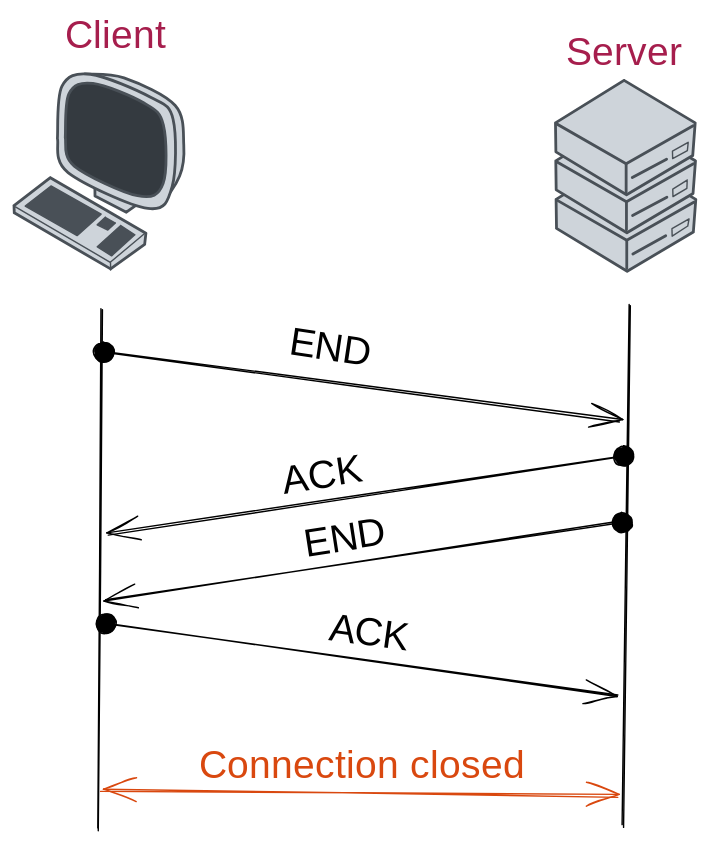
Above: notebooks/media/tcp-close.excalidraw.svg in ue22-p25/backend (Excalidraw), before the change. Source tidied: one line per element, renumbered; positions are measured from the earlier drawing's top-left corner, leaving out a move shared by most shapes. The source it was exported from:
```json
{"id": 0, "type": "ellipse", "strokeColor": "transparent", "strokeWidth": 1, "roughness": 0, "x": 8, "y": 41, "width": 122, "height": 142}
{"id": 1, "type": "line", "strokeColor": "#495057", "backgroundColor": "#ced4da", "fillStyle": "solid", "strokeWidth": 2, "roughness": 0, "x": 58, "y": 113, "width": 44, "height": 40, "points": [[0, 0], [0, 17], [23, 28], [43, 13], [44, -3], [24, -12], [0, 0]]}
{"id": 2, "type": "line", "strokeColor": "#495057", "backgroundColor": "#ced4da", "fillStyle": "solid", "strokeWidth": 2, "roughness": 0, "round": true, "x": 51, "y": 43, "width": 71, "height": 91, "points": [[0, 0], [28, 3], [64, 23], [71, 51], [68, 73], [54, 91], [40, 83], [6, 36], [4, 7]]}
{"id": 3, "type": "line", "strokeColor": "#495057", "backgroundColor": "#ced4da", "fillStyle": "solid", "strokeWidth": 2, "roughness": 0, "round": true, "x": 31, "y": 89, "width": 83, "height": 96, "points": [[0, 0], [8, 24], [65, 50], [82, 34], [83, -14], [67, -30], [24, -46], [3, -37], [0, 0]]}
{"id": 4, "type": "line", "strokeColor": "#495057", "backgroundColor": "#343a40", "fillStyle": "solid", "strokeWidth": 2, "roughness": 0, "round": true, "x": 37, "y": 88, "width": 70, "height": 80, "points": [[0, 0], [6, 20], [52, 42], [70, 33], [70, -9], [56, -25], [20, -39], [3, -31], [0, 0]]}
{"id": 5, "type": "line", "strokeColor": "#495057", "backgroundColor": "#ced4da", "fillStyle": "solid", "strokeWidth": 2, "roughness": 0, "x": 0, "y": 137, "width": 94, "height": 65, "points": [[0, 0], [0, 5], [69, 45], [93, 28], [94, 20], [26, -20], [0, 0]]}
{"id": 6, "type": "line", "strokeColor": "#495057", "backgroundColor": "#ced4da", "fillStyle": "solid", "strokeWidth": 1, "roughness": 0, "x": 1, "y": 138, "width": 93, "height": 40, "points": [[0, 0], [68, 40], [93, 18]]}
{"id": 7, "type": "line", "strokeColor": "#495057", "backgroundColor": "#ced4da", "fillStyle": "solid", "strokeWidth": 1, "roughness": 0, "x": 69, "y": 183, "width": 0, "height": 5, "points": [[0, 0], [0, -5]]}
{"id": 8, "type": "line", "strokeColor": "#495057", "backgroundColor": "#495057", "fillStyle": "solid", "strokeWidth": 1, "roughness": 0, "x": 26, "y": 123, "width": 54, "height": 36, "points": [[0, 0], [-18, 14], [19, 36], [36, 20], [0, 0]]}
{"id": 9, "type": "line", "strokeColor": "#495057", "backgroundColor": "#495057", "fillStyle": "solid", "strokeWidth": 1, "roughness": 0, "x": 65, "y": 145, "width": 13, "height": 9, "points": [[0, 0], [-6, 5], [2, 9], [7, 4], [0, 0]]}
{"id": 10, "type": "line", "strokeColor": "#495057", "backgroundColor": "#495057", "fillStyle": "solid", "strokeWidth": 1, "roughness": 0, "x": 76, "y": 151, "width": 27, "height": 22, "points": [[0, 0], [-17, 15], [-7, 22], [10, 7], [0, 0]]}
{"id": 11, "type": "rectangle", "strokeColor": "#0000", "backgroundColor": "#0000", "fillStyle": "solid", "strokeWidth": 2, "roughness": 0, "x": 382, "y": 47, "width": 108, "height": 136}
{"id": 12, "type": "line", "strokeColor": "#495057", "backgroundColor": "#ced4da", "fillStyle": "solid", "strokeWidth": 2, "roughness": 0, "x": 387, "y": 132, "width": 100, "height": 82, "points": [[0, 0], [0, 21], [51, 51], [98, 23], [100, 0], [49, -30], [0, 0]]}
{"id": 13, "type": "line", "strokeColor": "#495057", "backgroundColor": "#ced4da", "fillStyle": "solid", "strokeWidth": 2, "roughness": 0, "x": 438, "y": 182, "width": 0, "height": 20, "points": [[0, 0], [0, -20]]}
{"id": 14, "type": "line", "strokeColor": "#495057", "backgroundColor": "#ced4da", "fillStyle": "solid", "strokeWidth": 2, "roughness": 0, "x": 388, "y": 133, "width": 98, "height": 29, "points": [[0, 0], [50, 29], [98, 1]]}
{"id": 15, "type": "line", "strokeColor": "#495057", "backgroundColor": "#ced4da", "fillStyle": "solid", "strokeWidth": 2, "roughness": 0, "x": 442, "y": 171, "width": 23, "height": 13, "points": [[0, 0], [23, -13]]}
{"id": 16, "type": "line", "strokeColor": "#495057", "backgroundColor": "#ced4da", "fillStyle": "solid", "strokeWidth": 1, "roughness": 0, "x": 470, "y": 153, "width": 12, "height": 12, "points": [[0, 0], [0, 5], [11, -2], [12, -7], [0, 0]]}
{"id": 17, "type": "line", "strokeColor": "#495057", "backgroundColor": "#ced4da", "fillStyle": "solid", "strokeWidth": 2, "roughness": 0, "x": 387, "y": 105, "width": 100, "height": 82, "points": [[0, 0], [0, 21], [51, 51], [98, 23], [100, 0], [49, -30], [0, 0]]}
{"id": 18, "type": "line", "strokeColor": "#495057", "backgroundColor": "#ced4da", "fillStyle": "solid", "strokeWidth": 2, "roughness": 0, "x": 438, "y": 154, "width": 0, "height": 20, "points": [[0, 0], [0, -20]]}
{"id": 19, "type": "line", "strokeColor": "#495057", "backgroundColor": "#ced4da", "fillStyle": "solid", "strokeWidth": 2, "roughness": 0, "x": 388, "y": 105, "width": 98, "height": 29, "points": [[0, 0], [50, 29], [98, 1]]}
{"id": 20, "type": "line", "strokeColor": "#495057", "backgroundColor": "#ced4da", "fillStyle": "solid", "strokeWidth": 2, "roughness": 0, "x": 442, "y": 144, "width": 25, "height": 13, "points": [[0, 0], [25, -13]]}
{"id": 21, "type": "line", "strokeColor": "#495057", "backgroundColor": "#ced4da", "fillStyle": "solid", "strokeWidth": 1, "roughness": 0, "x": 471, "y": 125, "width": 10, "height": 12, "points": [[0, 0], [0, 5], [10, -1], [10, -6], [0, 0]]}
{"id": 22, "type": "line", "strokeColor": "#495057", "backgroundColor": "#ced4da", "fillStyle": "solid", "strokeWidth": 2, "roughness": 0, "x": 387, "y": 78, "width": 100, "height": 82, "points": [[0, 0], [0, 21], [51, 51], [98, 23], [100, 0], [49, -30], [0, 0]]}
{"id": 23, "type": "line", "strokeColor": "#495057", "backgroundColor": "#ced4da", "fillStyle": "solid", "strokeWidth": 2, "roughness": 0, "x": 437, "y": 127, "width": 0, "height": 20, "points": [[0, 0], [0, -20]]}
{"id": 24, "type": "line", "strokeColor": "#495057", "backgroundColor": "#ced4da", "fillStyle": "solid", "strokeWidth": 2, "roughness": 0, "x": 387, "y": 78, "width": 98, "height": 29, "points": [[0, 0], [50, 29], [98, 1]]}
{"id": 25, "type": "line", "strokeColor": "#495057", "backgroundColor": "#ced4da", "fillStyle": "solid", "strokeWidth": 2, "roughness": 0, "x": 442, "y": 117, "width": 25, "height": 13, "points": [[0, 0], [25, -13]]}
{"id": 26, "type": "line", "strokeColor": "#495057", "backgroundColor": "#ced4da", "fillStyle": "solid", "strokeWidth": 1, "roughness": 0, "x": 470, "y": 98, "width": 11, "height": 12, "points": [[0, 0], [0, 5], [11, 0], [11, -6], [0, 0]]}
{"id": 27, "type": "text", "text": "Client", "strokeColor": "#a61e4d", "strokeWidth": 1, "roughness": 1, "fontSize": 28, "fontFamily": 1, "x": 36, "y": 0, "width": 76, "height": 34}
{"id": 28, "type": "text", "text": "Server", "strokeColor": "#a61e4d", "strokeWidth": 1, "roughness": 1, "fontSize": 28, "fontFamily": 1, "x": 394, "y": 13, "width": 86, "height": 34}
{"id": 29, "type": "line", "strokeColor": "#000000", "strokeWidth": 1, "roughness": 1, "round": true, "x": 62, "y": 210, "width": 3, "height": 373, "points": [[0, 0], [-3, 373]]}
{"id": 30, "type": "line", "strokeColor": "#000000", "strokeWidth": 1, "roughness": 1, "round": true, "x": 439, "y": 208, "width": 3, "height": 373, "points": [[0, 0], [-3, 373]]}
{"id": 31, "type": "arrow", "strokeColor": "#000000", "strokeWidth": 1, "roughness": 1, "startArrowhead": "dot", "endArrowhead": "arrow", "round": true, "x": 65, "y": 241, "width": 369, "height": 49, "points": [[0, 0], [369, 49]]}
{"id": 32, "type": "arrow", "strokeColor": "#000000", "strokeWidth": 1, "roughness": 1, "startArrowhead": "dot", "endArrowhead": "arrow", "round": true, "x": 436, "y": 315, "width": 369, "height": 56, "points": [[0, 0], [-369, 56]]}
{"id": 33, "type": "arrow", "strokeColor": "#000000", "strokeWidth": 1, "roughness": 1, "startArrowhead": "dot", "endArrowhead": "arrow", "round": true, "x": 66, "y": 435, "width": 365, "height": 53, "points": [[0, 0], [365, 53]]}
{"id": 34, "type": "arrow", "strokeColor": "#d9480f", "strokeWidth": 1, "roughness": 1, "startArrowhead": "arrow", "endArrowhead": "arrow", "round": true, "x": 432, "y": 558, "width": 369, "height": 4, "points": [[0, 0], [-369, -4]]}
{"id": 35, "type": "text", "text": "END", "strokeColor": "#000000", "angle": 0.15, "strokeWidth": 1, "roughness": 1, "fontSize": 28, "fontFamily": 1, "x": 196, "y": 223, "width": 59, "height": 34}
{"id": 36, "type": "text", "text": "ACK", "strokeColor": "#000000", "angle": 6.13, "strokeWidth": 1, "roughness": 1, "fontSize": 28, "fontFamily": 1, "x": 192, "y": 314, "width": 54, "height": 34}
{"id": 37, "type": "text", "text": "ACK", "strokeColor": "#000000", "angle": 0.14, "strokeWidth": 1, "roughness": 1, "fontSize": 28, "fontFamily": 1, "x": 225, "y": 427, "width": 54, "height": 34}
{"id": 38, "type": "text", "text": "Connection closed", "strokeColor": "#d9480f", "strokeWidth": 1, "roughness": 1, "fontSize": 28, "fontFamily": 1, "x": 132, "y": 522, "width": 237, "height": 34}
{"id": 39, "type": "arrow", "strokeColor": "#000000", "strokeWidth": 1, "roughness": 1, "startArrowhead": "dot", "endArrowhead": "arrow", "round": true, "x": 435, "y": 363, "width": 369, "height": 56, "points": [[0, 0], [-369, 56]]}
{"id": 40, "type": "text", "text": "END", "strokeColor": "#000000", "angle": 6.13, "strokeWidth": 1, "roughness": 1, "fontSize": 28, "fontFamily": 1, "x": 207, "y": 359, "width": 59, "height": 34}
```
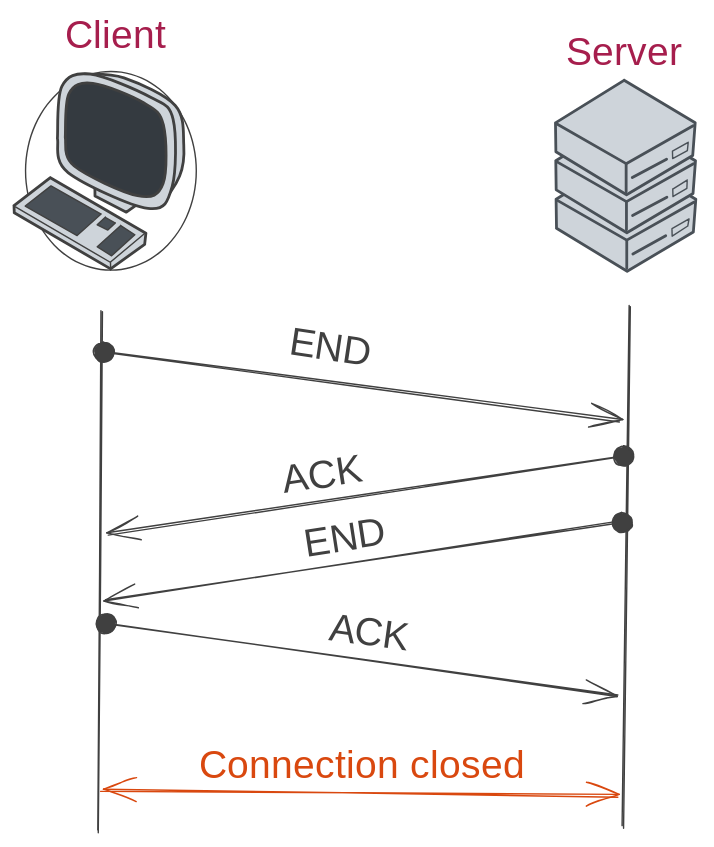
Later version of the same file.

The edit, as a diff of the source:
```diff
@@ -1,14 +1,14 @@
-{"id": 0, "type": "ellipse", "strokeColor": "transparent", "strokeWidth": 1, "roughness": 0, "x": 8, "y": 41, "width": 122, "height": 142}
+{"id": 0, "type": "ellipse", "strokeColor": "#404040", "strokeWidth": 1, "roughness": 0, "x": 8, "y": 41, "width": 122, "height": 142}
-{"id": 1, "type": "line", "strokeColor": "#495057", "backgroundColor": "#ced4da", "fillStyle": "solid", "strokeWidth": 2, "roughness": 0, "x": 58, "y": 113, "width": 44, "height": 40, "points": [[0, 0], [0, 17], [23, 28], [43, 13], [44, -3], [24, -12], [0, 0]]}
+{"id": 1, "type": "line", "strokeColor": "#404040", "backgroundColor": "#ced4da", "fillStyle": "solid", "strokeWidth": 2, "roughness": 0, "x": 58, "y": 113, "width": 44, "height": 40, "points": [[0, 0], [0, 17], [23, 28], [43, 13], [44, -3], [24, -12], [0, 0]]}
-{"id": 2, "type": "line", "strokeColor": "#495057", "backgroundColor": "#ced4da", "fillStyle": "solid", "strokeWidth": 2, "roughness": 0, "round": true, "x": 51, "y": 43, "width": 71, "height": 91, "points": [[0, 0], [28, 3], [64, 23], [71, 51], [68, 73], [54, 91], [40, 83], [6, 36], [4, 7]]}
+{"id": 2, "type": "line", "strokeColor": "#404040", "backgroundColor": "#ced4da", "fillStyle": "solid", "strokeWidth": 2, "roughness": 0, "round": true, "x": 51, "y": 43, "width": 71, "height": 91, "points": [[0, 0], [28, 3], [64, 23], [71, 51], [68, 73], [54, 91], [40, 83], [6, 36], [4, 7]]}
-{"id": 3, "type": "line", "strokeColor": "#495057", "backgroundColor": "#ced4da", "fillStyle": "solid", "strokeWidth": 2, "roughness": 0, "round": true, "x": 31, "y": 89, "width": 83, "height": 96, "points": [[0, 0], [8, 24], [65, 50], [82, 34], [83, -14], [67, -30], [24, -46], [3, -37], [0, 0]]}
+{"id": 3, "type": "line", "strokeColor": "#404040", "backgroundColor": "#ced4da", "fillStyle": "solid", "strokeWidth": 2, "roughness": 0, "round": true, "x": 31, "y": 89, "width": 83, "height": 96, "points": [[0, 0], [8, 24], [65, 50], [82, 34], [83, -14], [67, -30], [24, -46], [3, -37], [0, 0]]}
-{"id": 4, "type": "line", "strokeColor": "#495057", "backgroundColor": "#343a40", "fillStyle": "solid", "strokeWidth": 2, "roughness": 0, "round": true, "x": 37, "y": 88, "width": 70, "height": 80, "points": [[0, 0], [6, 20], [52, 42], [70, 33], [70, -9], [56, -25], [20, -39], [3, -31], [0, 0]]}
+{"id": 4, "type": "line", "strokeColor": "#404040", "backgroundColor": "#343a40", "fillStyle": "solid", "strokeWidth": 2, "roughness": 0, "round": true, "x": 37, "y": 88, "width": 70, "height": 80, "points": [[0, 0], [6, 20], [52, 42], [70, 33], [70, -9], [56, -25], [20, -39], [3, -31], [0, 0]]}
-{"id": 5, "type": "line", "strokeColor": "#495057", "backgroundColor": "#ced4da", "fillStyle": "solid", "strokeWidth": 2, "roughness": 0, "x": 0, "y": 137, "width": 94, "height": 65, "points": [[0, 0], [0, 5], [69, 45], [93, 28], [94, 20], [26, -20], [0, 0]]}
+{"id": 5, "type": "line", "strokeColor": "#404040", "backgroundColor": "#ced4da", "fillStyle": "solid", "strokeWidth": 2, "roughness": 0, "x": 0, "y": 137, "width": 94, "height": 65, "points": [[0, 0], [0, 5], [69, 45], [93, 28], [94, 20], [26, -20], [0, 0]]}
-{"id": 6, "type": "line", "strokeColor": "#495057", "backgroundColor": "#ced4da", "fillStyle": "solid", "strokeWidth": 1, "roughness": 0, "x": 1, "y": 138, "width": 93, "height": 40, "points": [[0, 0], [68, 40], [93, 18]]}
+{"id": 6, "type": "line", "strokeColor": "#404040", "backgroundColor": "#ced4da", "fillStyle": "solid", "strokeWidth": 1, "roughness": 0, "x": 1, "y": 138, "width": 93, "height": 40, "points": [[0, 0], [68, 40], [93, 18]]}
-{"id": 7, "type": "line", "strokeColor": "#495057", "backgroundColor": "#ced4da", "fillStyle": "solid", "strokeWidth": 1, "roughness": 0, "x": 69, "y": 183, "width": 0, "height": 5, "points": [[0, 0], [0, -5]]}
+{"id": 7, "type": "line", "strokeColor": "#404040", "backgroundColor": "#ced4da", "fillStyle": "solid", "strokeWidth": 1, "roughness": 0, "x": 69, "y": 183, "width": 0, "height": 5, "points": [[0, 0], [0, -5]]}
-{"id": 8, "type": "line", "strokeColor": "#495057", "backgroundColor": "#495057", "fillStyle": "solid", "strokeWidth": 1, "roughness": 0, "x": 26, "y": 123, "width": 54, "height": 36, "points": [[0, 0], [-18, 14], [19, 36], [36, 20], [0, 0]]}
+{"id": 8, "type": "line", "strokeColor": "#404040", "backgroundColor": "#495057", "fillStyle": "solid", "strokeWidth": 1, "roughness": 0, "x": 26, "y": 123, "width": 54, "height": 36, "points": [[0, 0], [-18, 14], [19, 36], [36, 20], [0, 0]]}
-{"id": 9, "type": "line", "strokeColor": "#495057", "backgroundColor": "#495057", "fillStyle": "solid", "strokeWidth": 1, "roughness": 0, "x": 65, "y": 145, "width": 13, "height": 9, "points": [[0, 0], [-6, 5], [2, 9], [7, 4], [0, 0]]}
+{"id": 9, "type": "line", "strokeColor": "#404040", "backgroundColor": "#495057", "fillStyle": "solid", "strokeWidth": 1, "roughness": 0, "x": 65, "y": 145, "width": 13, "height": 9, "points": [[0, 0], [-6, 5], [2, 9], [7, 4], [0, 0]]}
-{"id": 10, "type": "line", "strokeColor": "#495057", "backgroundColor": "#495057", "fillStyle": "solid", "strokeWidth": 1, "roughness": 0, "x": 76, "y": 151, "width": 27, "height": 22, "points": [[0, 0], [-17, 15], [-7, 22], [10, 7], [0, 0]]}
+{"id": 10, "type": "line", "strokeColor": "#404040", "backgroundColor": "#495057", "fillStyle": "solid", "strokeWidth": 1, "roughness": 0, "x": 76, "y": 151, "width": 27, "height": 22, "points": [[0, 0], [-17, 15], [-7, 22], [10, 7], [0, 0]]}
 {"id": 11, "type": "rectangle", "strokeColor": "#0000", "backgroundColor": "#0000", "fillStyle": "solid", "strokeWidth": 2, "roughness": 0, "x": 382, "y": 47, "width": 108, "height": 136}
 {"id": 12, "type": "line", "strokeColor": "#495057", "backgroundColor": "#ced4da", "fillStyle": "solid", "strokeWidth": 2, "roughness": 0, "x": 387, "y": 132, "width": 100, "height": 82, "points": [[0, 0], [0, 21], [51, 51], [98, 23], [100, 0], [49, -30], [0, 0]]}
 {"id": 13, "type": "line", "strokeColor": "#495057", "backgroundColor": "#ced4da", "fillStyle": "solid", "strokeWidth": 2, "roughness": 0, "x": 438, "y": 182, "width": 0, "height": 20, "points": [[0, 0], [0, -20]]}
@@ -27,15 +27,15 @@
 {"id": 26, "type": "line", "strokeColor": "#495057", "backgroundColor": "#ced4da", "fillStyle": "solid", "strokeWidth": 1, "roughness": 0, "x": 470, "y": 98, "width": 11, "height": 12, "points": [[0, 0], [0, 5], [11, 0], [11, -6], [0, 0]]}
 {"id": 27, "type": "text", "text": "Client", "strokeColor": "#a61e4d", "strokeWidth": 1, "roughness": 1, "fontSize": 28, "fontFamily": 1, "x": 36, "y": 0, "width": 76, "height": 34}
 {"id": 28, "type": "text", "text": "Server", "strokeColor": "#a61e4d", "strokeWidth": 1, "roughness": 1, "fontSize": 28, "fontFamily": 1, "x": 394, "y": 13, "width": 86, "height": 34}
-{"id": 29, "type": "line", "strokeColor": "#000000", "strokeWidth": 1, "roughness": 1, "round": true, "x": 62, "y": 210, "width": 3, "height": 373, "points": [[0, 0], [-3, 373]]}
+{"id": 29, "type": "line", "strokeColor": "#404040", "strokeWidth": 1, "roughness": 1, "round": true, "x": 62, "y": 212, "width": 3, "height": 373, "points": [[0, 0], [-3, 373]]}
-{"id": 30, "type": "line", "strokeColor": "#000000", "strokeWidth": 1, "roughness": 1, "round": true, "x": 439, "y": 208, "width": 3, "height": 373, "points": [[0, 0], [-3, 373]]}
+{"id": 30, "type": "line", "strokeColor": "#404040", "strokeWidth": 1, "roughness": 1, "round": true, "x": 439, "y": 209, "width": 3, "height": 373, "points": [[0, 0], [-3, 373]]}
-{"id": 31, "type": "arrow", "strokeColor": "#000000", "strokeWidth": 1, "roughness": 1, "startArrowhead": "dot", "endArrowhead": "arrow", "round": true, "x": 65, "y": 241, "width": 369, "height": 49, "points": [[0, 0], [369, 49]]}
+{"id": 31, "type": "arrow", "strokeColor": "#404040", "strokeWidth": 1, "roughness": 1, "startArrowhead": "dot", "endArrowhead": "arrow", "round": true, "x": 65, "y": 241, "width": 369, "height": 49, "points": [[0, 0], [369, 49]]}
-{"id": 32, "type": "arrow", "strokeColor": "#000000", "strokeWidth": 1, "roughness": 1, "startArrowhead": "dot", "endArrowhead": "arrow", "round": true, "x": 436, "y": 315, "width": 369, "height": 56, "points": [[0, 0], [-369, 56]]}
+{"id": 32, "type": "arrow", "strokeColor": "#404040", "strokeWidth": 1, "roughness": 1, "startArrowhead": "dot", "endArrowhead": "arrow", "round": true, "x": 436, "y": 315, "width": 369, "height": 56, "points": [[0, 0], [-369, 56]]}
-{"id": 33, "type": "arrow", "strokeColor": "#000000", "strokeWidth": 1, "roughness": 1, "startArrowhead": "dot", "endArrowhead": "arrow", "round": true, "x": 66, "y": 435, "width": 365, "height": 53, "points": [[0, 0], [365, 53]]}
+{"id": 33, "type": "arrow", "strokeColor": "#404040", "strokeWidth": 1, "roughness": 1, "startArrowhead": "dot", "endArrowhead": "arrow", "round": true, "x": 66, "y": 435, "width": 365, "height": 53, "points": [[0, 0], [365, 53]]}
 {"id": 34, "type": "arrow", "strokeColor": "#d9480f", "strokeWidth": 1, "roughness": 1, "startArrowhead": "arrow", "endArrowhead": "arrow", "round": true, "x": 432, "y": 558, "width": 369, "height": 4, "points": [[0, 0], [-369, -4]]}
-{"id": 35, "type": "text", "text": "END", "strokeColor": "#000000", "angle": 0.15, "strokeWidth": 1, "roughness": 1, "fontSize": 28, "fontFamily": 1, "x": 196, "y": 223, "width": 59, "height": 34}
+{"id": 35, "type": "text", "text": "END", "strokeColor": "#404040", "angle": 0.15, "strokeWidth": 1, "roughness": 1, "fontSize": 28, "fontFamily": 1, "x": 196, "y": 223, "width": 59, "height": 34}
-{"id": 36, "type": "text", "text": "ACK", "strokeColor": "#000000", "angle": 6.13, "strokeWidth": 1, "roughness": 1, "fontSize": 28, "fontFamily": 1, "x": 192, "y": 314, "width": 54, "height": 34}
+{"id": 36, "type": "text", "text": "ACK", "strokeColor": "#404040", "angle": 6.13, "strokeWidth": 1, "roughness": 1, "fontSize": 28, "fontFamily": 1, "x": 192, "y": 314, "width": 54, "height": 34}
-{"id": 37, "type": "text", "text": "ACK", "strokeColor": "#000000", "angle": 0.14, "strokeWidth": 1, "roughness": 1, "fontSize": 28, "fontFamily": 1, "x": 225, "y": 427, "width": 54, "height": 34}
+{"id": 37, "type": "text", "text": "ACK", "strokeColor": "#404040", "angle": 0.14, "strokeWidth": 1, "roughness": 1, "fontSize": 28, "fontFamily": 1, "x": 225, "y": 427, "width": 54, "height": 34}
 {"id": 38, "type": "text", "text": "Connection closed", "strokeColor": "#d9480f", "strokeWidth": 1, "roughness": 1, "fontSize": 28, "fontFamily": 1, "x": 132, "y": 522, "width": 237, "height": 34}
-{"id": 39, "type": "arrow", "strokeColor": "#000000", "strokeWidth": 1, "roughness": 1, "startArrowhead": "dot", "endArrowhead": "arrow", "round": true, "x": 435, "y": 363, "width": 369, "height": 56, "points": [[0, 0], [-369, 56]]}
+{"id": 39, "type": "arrow", "strokeColor": "#404040", "strokeWidth": 1, "roughness": 1, "startArrowhead": "dot", "endArrowhead": "arrow", "round": true, "x": 435, "y": 363, "width": 369, "height": 56, "points": [[0, 0], [-369, 56]]}
-{"id": 40, "type": "text", "text": "END", "strokeColor": "#000000", "angle": 6.13, "strokeWidth": 1, "roughness": 1, "fontSize": 28, "fontFamily": 1, "x": 207, "y": 359, "width": 59, "height": 34}
+{"id": 40, "type": "text", "text": "END", "strokeColor": "#404040", "angle": 6.13, "strokeWidth": 1, "roughness": 1, "fontSize": 28, "fontFamily": 1, "x": 207, "y": 359, "width": 59, "height": 34}
```
